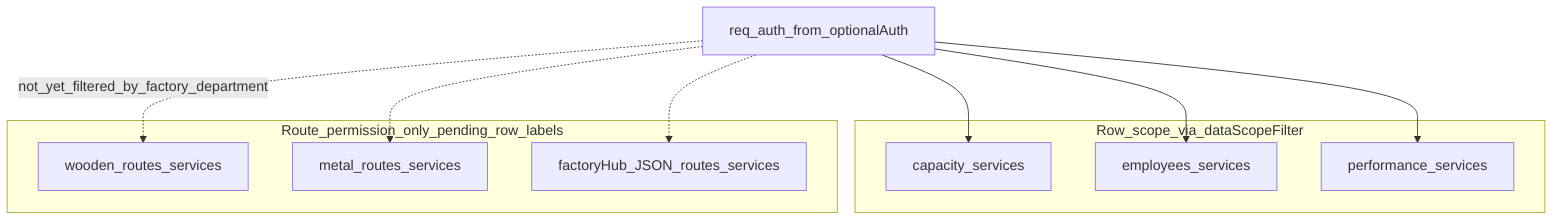
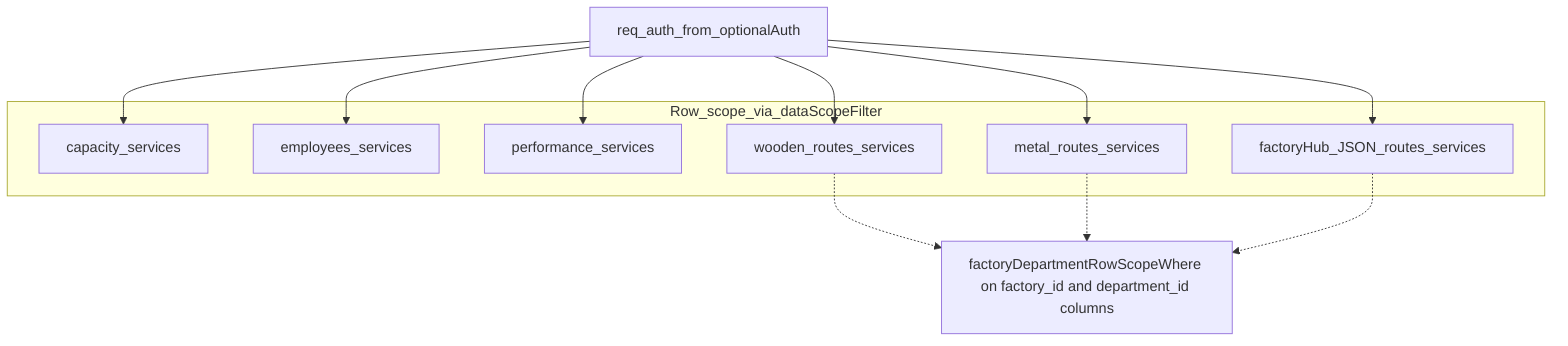
flowchart TB
  auth[req_auth_from_optionalAuth]

  subgraph applied [Row_scope_via_dataScopeFilter]
    cap["capacity_services"]
    emp["employees_services"]
    perf["performance_services"]
-   end
- 
-   subgraph pending [Route_permission_only_pending_row_labels]
    w["wooden_routes_services"]
    m["metal_routes_services"]
    fh["factoryHub_JSON_routes_services"]
  end

  auth --> cap
  auth --> emp
  auth --> perf
-   auth -.->|"not_yet_filtered_by_factory_department"| w
-   auth -.-> m
-   auth -.-> fh
+   auth --> w
+   auth --> m
+   auth --> fh
+ 
+   note["factoryDepartmentRowScopeWhere on factory_id and department_id columns"]
+ 
+   w -.-> note
+   m -.-> note
+   fh -.-> note
